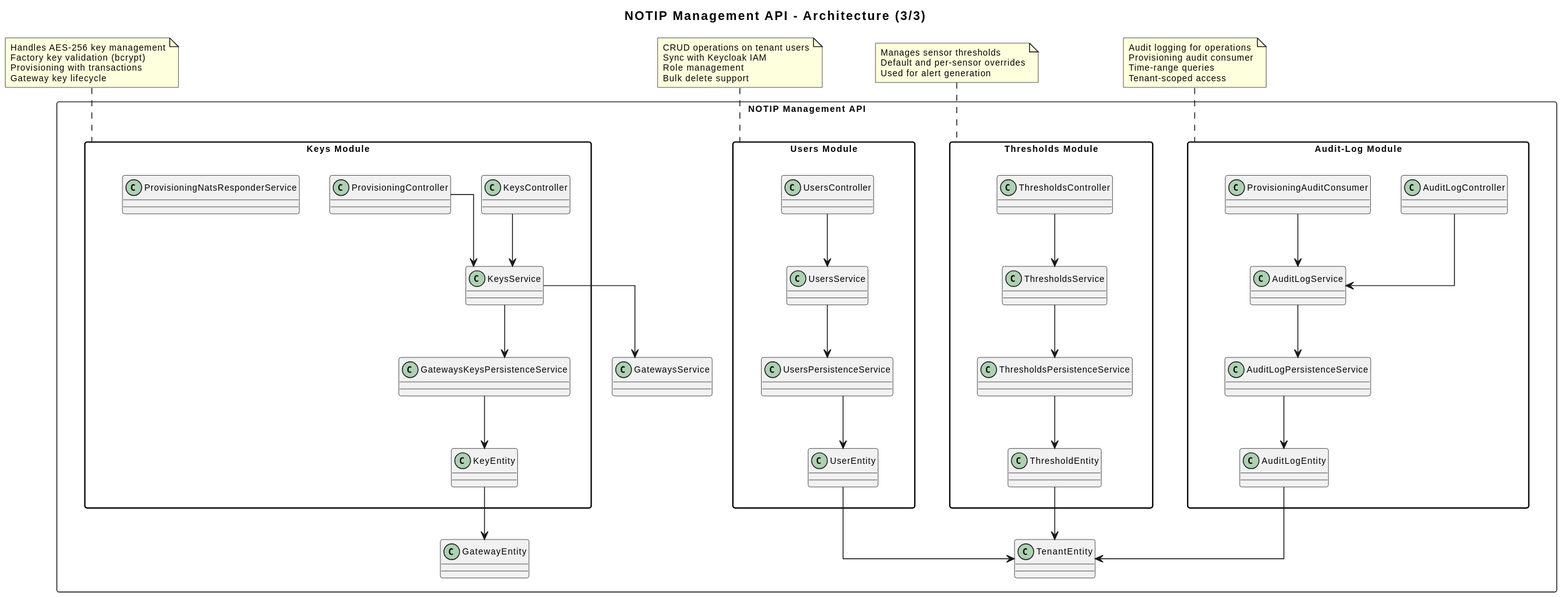
Before: docs/13-pb/docest/specifica_tecnica_management_api/assets/01-app-architecture-part3.svg, a diagram exported from PlantUML (NoTIPswe/RepoDocumentale).
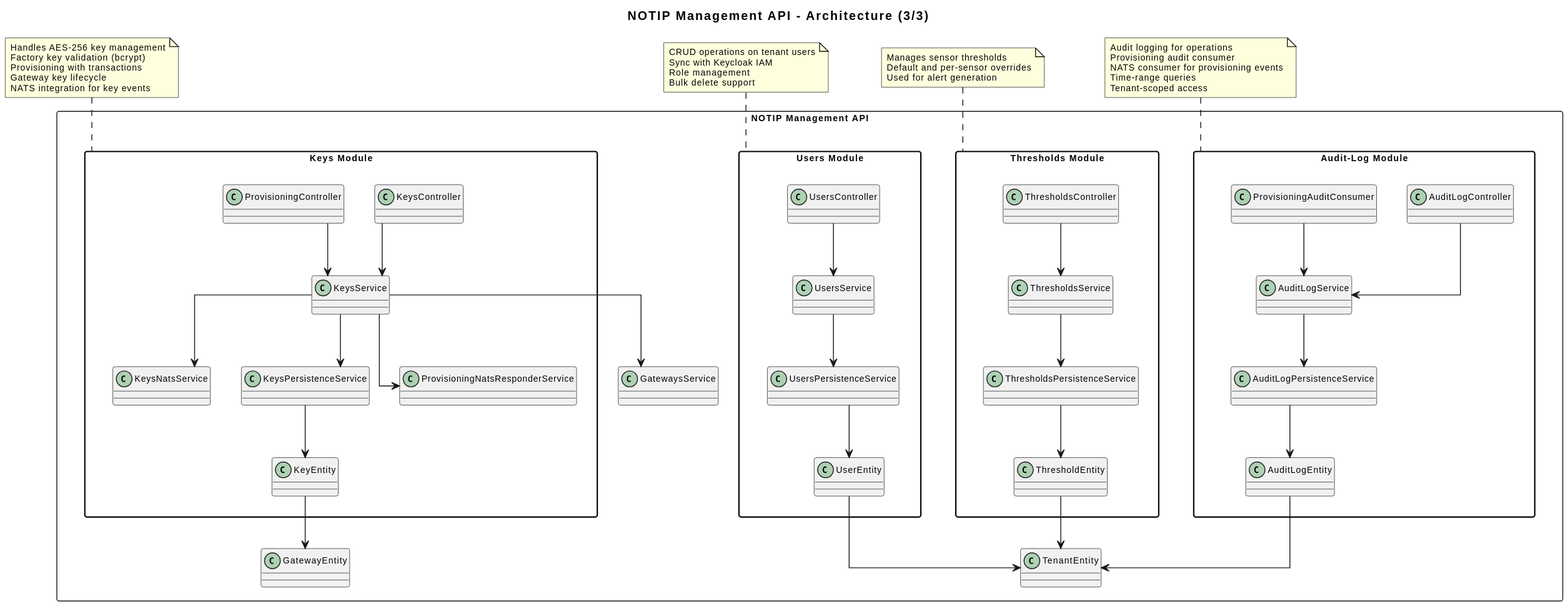
The same diagram one commit later.

The edit, as a diff of the source:
```diff
@@ -12,7 +12,8 @@
     class "KeysController" as KeysController
     class "ProvisioningController" as ProvisioningController
     class "KeysService" as KeysService
-    class "GatewaysKeysPersistenceService" as GatewaysKeysPersistenceService
+    class "KeysNatsService" as KeysNatsService
+    class "KeysPersistenceService" as KeysPersistenceService
     class "ProvisioningNatsResponderService" as ProvisioningNatsResponderService
     class "KeyEntity" as KeyEntity
   }
@@ -41,9 +42,11 @@
 
   KeysController --> KeysService
   ProvisioningController --> KeysService
-  KeysService --> GatewaysKeysPersistenceService
+  KeysService --> KeysPersistenceService
+  KeysService --> KeysNatsService
+  KeysService --> ProvisioningNatsResponderService
   KeysService --> GatewaysService
-  GatewaysKeysPersistenceService --> KeyEntity
+  KeysPersistenceService --> KeyEntity
   KeyEntity --> GatewayEntity
 
   UsersController --> UsersService
@@ -68,6 +71,7 @@
   Factory key validation (bcrypt)
   Provisioning with transactions
   Gateway key lifecycle
+  NATS integration for key events
 end note
 
 note top of UsersModule
@@ -86,6 +90,7 @@
 note top of AuditLogModule
   Audit logging for operations
   Provisioning audit consumer
+  NATS consumer for provisioning events
   Time-range queries
   Tenant-scoped access
 end note
```
